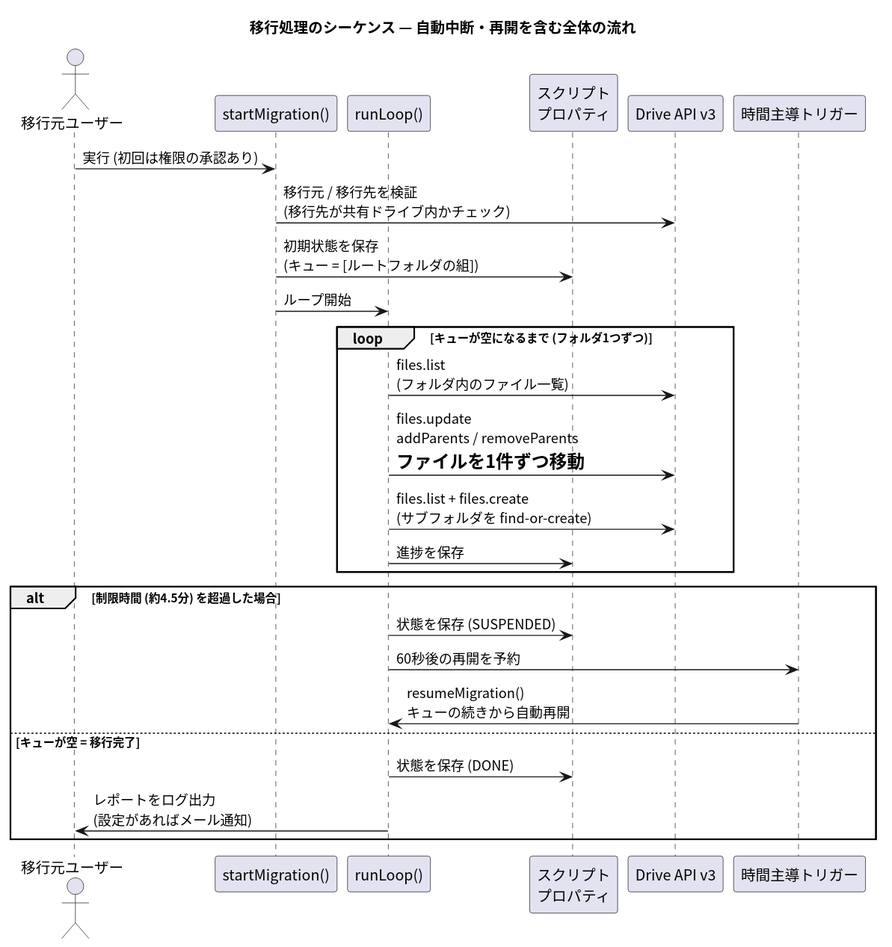
This is gas-drive-migration-2026-07-11/plantuml/out/04_sequence_migration.svg from pollenjp-org/sandbox, a PlantUML export, as it was before one commit.
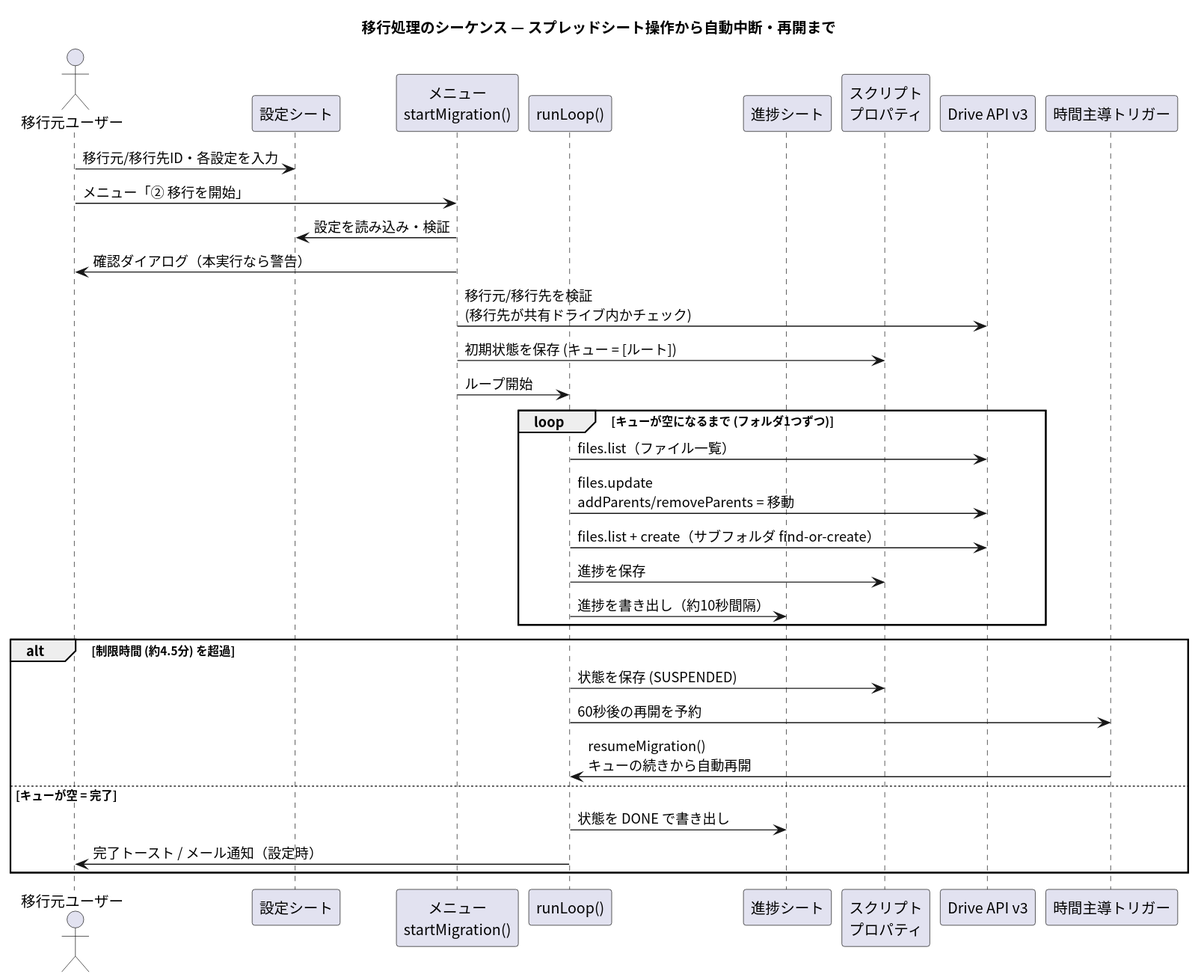
Later version of the same file.

Change to the diagram source:
```diff
@@ -1,33 +1,39 @@
 @startuml
 skinparam defaultFontName "Noto Sans CJK JP"
 skinparam shadowing false
-title 移行処理のシーケンス — 自動中断・再開を含む全体の流れ
+title 移行処理のシーケンス — スプレッドシート操作から自動中断・再開まで
 
 actor "移行元ユーザー" as user
-participant "startMigration()" as start
+participant "設定シート" as sheet
+participant "メニュー\nstartMigration()" as start
 participant "runLoop()" as run
+participant "進捗シート" as prog
 participant "スクリプト\nプロパティ" as props
 participant "Drive API v3" as api
 participant "時間主導トリガー" as trg
 
-user -> start : 実行 (初回は権限の承認あり)
-start -> api : 移行元 / 移行先を検証\n(移行先が共有ドライブ内かチェック)
-start -> props : 初期状態を保存\n(キュー = [ルートフォルダの組])
+user -> sheet : 移行元/移行先ID・各設定を入力
+user -> start : メニュー「② 移行を開始」
+start -> sheet : 設定を読み込み・検証
+start -> user : 確認ダイアログ（本実行なら警告）
+start -> api : 移行元/移行先を検証\n(移行先が共有ドライブ内かチェック)
+start -> props : 初期状態を保存 (キュー = [ルート])
 start -> run : ループ開始
 
 loop キューが空になるまで (フォルダ1つずつ)
-  run -> api : files.list\n(フォルダ内のファイル一覧)
-  run -> api : files.update\naddParents / removeParents\n= ファイルを1件ずつ移動
-  run -> api : files.list + files.create\n(サブフォルダを find-or-create)
+  run -> api : files.list（ファイル一覧）
+  run -> api : files.update\naddParents/removeParents = 移動
+  run -> api : files.list + create（サブフォルダ find-or-create）
   run -> props : 進捗を保存
+  run -> prog : 進捗を書き出し（約10秒間隔）
 end
 
-alt 制限時間 (約4.5分) を超過した場合
+alt 制限時間 (約4.5分) を超過
   run -> props : 状態を保存 (SUSPENDED)
   run -> trg : 60秒後の再開を予約
   trg -> run : resumeMigration()\nキューの続きから自動再開
-else キューが空 = 移行完了
-  run -> props : 状態を保存 (DONE)
-  run -> user : レポートをログ出力\n(設定があればメール通知)
+else キューが空 = 完了
+  run -> prog : 状態を DONE で書き出し
+  run -> user : 完了トースト / メール通知（設定時）
 end
 @enduml
```
